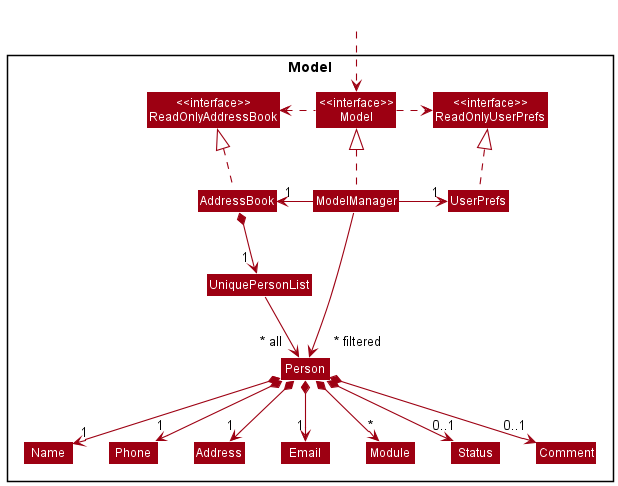
This is docs/images/ModelClassDiagram.png from nus-cs2103-AY2122S2/tp, a PlantUML export, as it was before one commit.
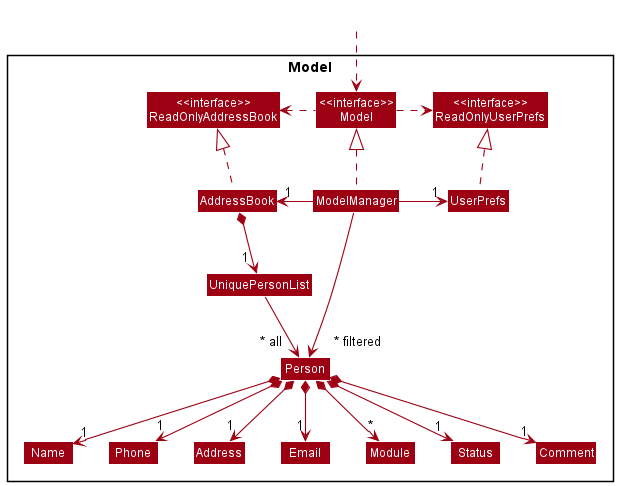
The same diagram one commit later.

The edit, as a diff of the source:
```diff
@@ -42,8 +42,8 @@
 Person *--> "1" Email
 Person *--> "1" Address
 Person *--> "*" Module
-Person *--> "0..1     " Comment
-Person *--> "    0..1" Status
+Person *--> "1" Comment
+Person *--> "1" Status
 
 Name -[hidden]right-> Phone
 Phone -[hidden]right-> Address
```
